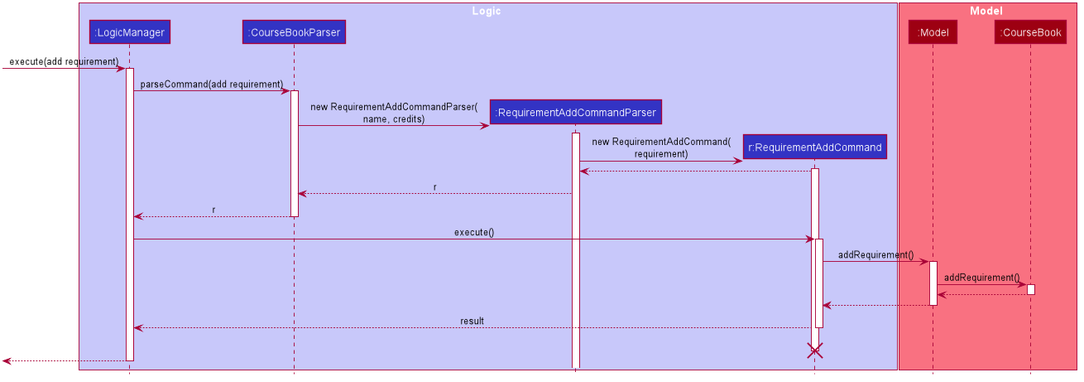
Before: images/developer-guide/RequirementAddSequenceDiagram.png, a diagram exported from PlantUML (AY1920S2-CS2103T-F09-3/main). Its diagram source:
```plantuml
@startuml









skinparam BackgroundColor #FFFFFFF

skinparam Shadowing false

skinparam Class {
    FontColor #FFFFFF
    BorderThickness 1
    BorderColor #FFFFFF
    StereotypeFontColor #FFFFFF
    FontName Arial
}

skinparam Actor {
    BorderColor #000000
    Color #000000
    FontName Arial
}

skinparam Sequence {
    MessageAlign center
    BoxFontSize 15
    BoxPadding 0
    BoxFontColor #FFFFFF
    FontName Arial
}

skinparam Participant {
    FontColor #FFFFFFF
    Padding 20
}

skinparam MinClassWidth 50
skinparam ParticipantPadding 10
skinparam Shadowing false
skinparam DefaultTextAlignment center
skinparam packageStyle Rectangle

hide footbox
hide members
hide circle

box Logic #C8C8FA
participant ":LogicManager" as LogicManager #3333C4
participant ":CourseBookParser" as CourseBookParser #3333C4
participant ":RequirementAddCommandParser" as RequirementAddCommandParser #3333C4
participant "r:RequirementAddCommand" as RequirementAddCommand #3333C4
end box

box Model #F97181
participant ":Model" as Model #9D0012
participant ":CourseBook" as CourseBook #9D0012
end box

[-> LogicManager : execute(add requirement)
activate LogicManager

LogicManager -> CourseBookParser : parseCommand(add requirement)
activate CourseBookParser

create RequirementAddCommandParser
CourseBookParser -> RequirementAddCommandParser : new RequirementAddCommandParser(\nname, credits)
activate RequirementAddCommandParser

create RequirementAddCommand
RequirementAddCommandParser -> RequirementAddCommand : new RequirementAddCommand(\nrequirement)
activate RequirementAddCommand

RequirementAddCommand --> RequirementAddCommandParser
RequirementAddCommandParser --> CourseBookParser : r

CourseBookParser --> LogicManager : r
deactivate CourseBookParser

LogicManager -> RequirementAddCommand : execute()
activate RequirementAddCommand

RequirementAddCommand -> Model : addRequirement()
activate Model

Model -> CourseBook : addRequirement()
activate CourseBook

CourseBook --> Model
deactivate CourseBook

Model --> RequirementAddCommand
deactivate Model

RequirementAddCommand --> LogicManager : result
deactivate RequirementAddCommand
RequirementAddCommand -[hidden]-> LogicManager : result
destroy RequirementAddCommand

[<--LogicManager
deactivate LogicManager
@enduml
```
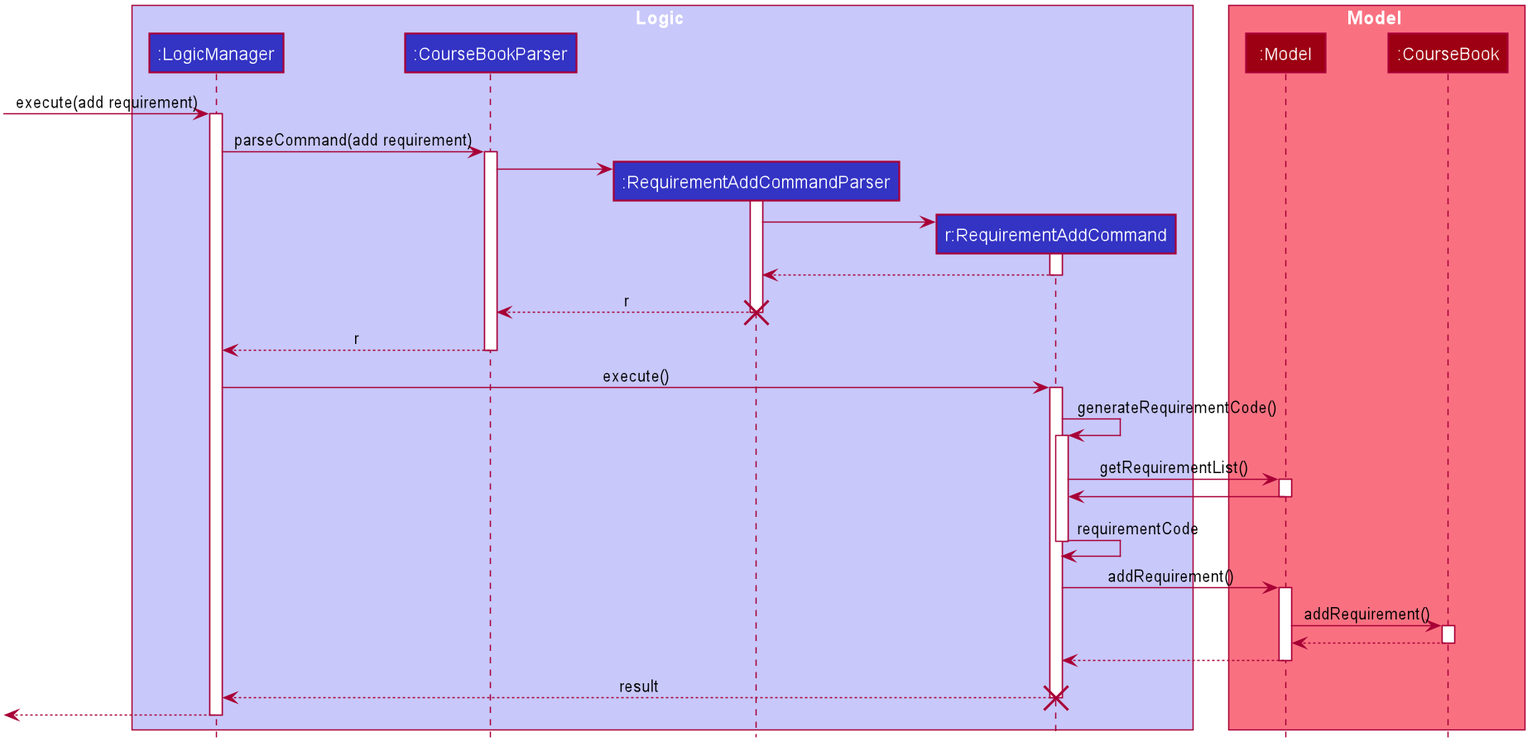
After the commit.

Diff of the diagram source:
```diff
@@ -1,4 +1,5 @@
 @startuml
+
 
 
 
@@ -68,21 +69,33 @@
 activate CourseBookParser
 
 create RequirementAddCommandParser
-CourseBookParser -> RequirementAddCommandParser : new RequirementAddCommandParser(\nname, credits)
+CourseBookParser -> RequirementAddCommandParser
 activate RequirementAddCommandParser
 
 create RequirementAddCommand
-RequirementAddCommandParser -> RequirementAddCommand : new RequirementAddCommand(\nrequirement)
+RequirementAddCommandParser -> RequirementAddCommand
 activate RequirementAddCommand
 
 RequirementAddCommand --> RequirementAddCommandParser
+deactivate RequirementAddCommand
 RequirementAddCommandParser --> CourseBookParser : r
+deactivate RequirementAddCommandParser
+destroy RequirementAddCommandParser
 
 CourseBookParser --> LogicManager : r
 deactivate CourseBookParser
 
 LogicManager -> RequirementAddCommand : execute()
 activate RequirementAddCommand
+
+RequirementAddCommand -> RequirementAddCommand : generateRequirementCode()
+activate RequirementAddCommand
+RequirementAddCommand -> Model : getRequirementList()
+activate Model
+Model -> RequirementAddCommand
+deactivate Model
+RequirementAddCommand -> RequirementAddCommand : requirementCode
+deactivate RequirementAddCommand
 
 RequirementAddCommand -> Model : addRequirement()
 activate Model
@@ -98,7 +111,6 @@
 
 RequirementAddCommand --> LogicManager : result
 deactivate RequirementAddCommand
-RequirementAddCommand -[hidden]-> LogicManager : result
 destroy RequirementAddCommand
 
 [<--LogicManager
```
